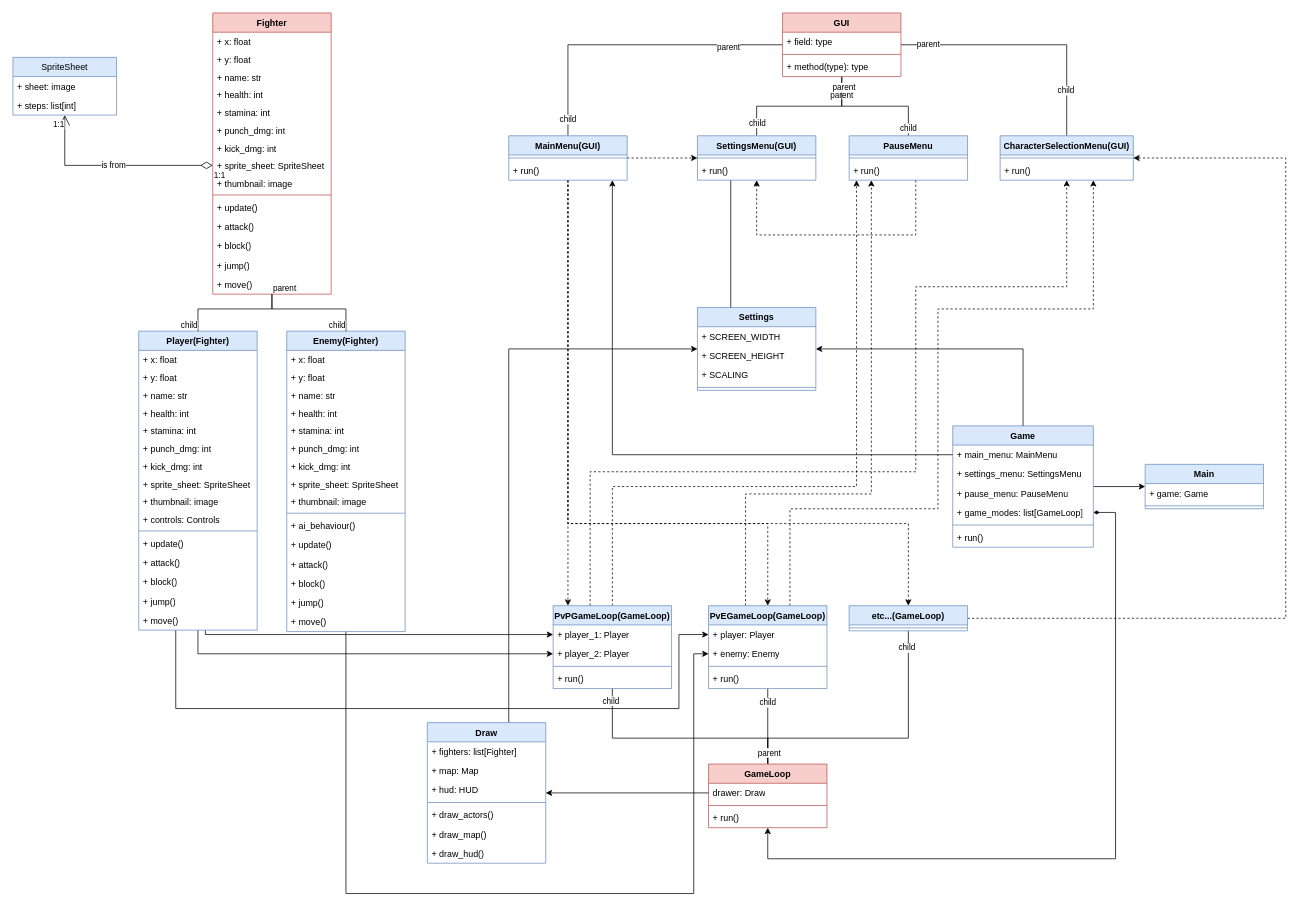
FuvaKumi/ComboCombat-Reworked keeps this draw.io diagram as page "1 oldal" (1 of 2) of UML.drawio. Above is the earlier version. Source tidied: cells renumbered, new cells numbered last; positions are measured from the earlier drawing's top-left corner, leaving out a move shared by most shapes. Both pictures are drawn from the tidied source at 74%, with x=0, y=0 at pixel (13, 13).
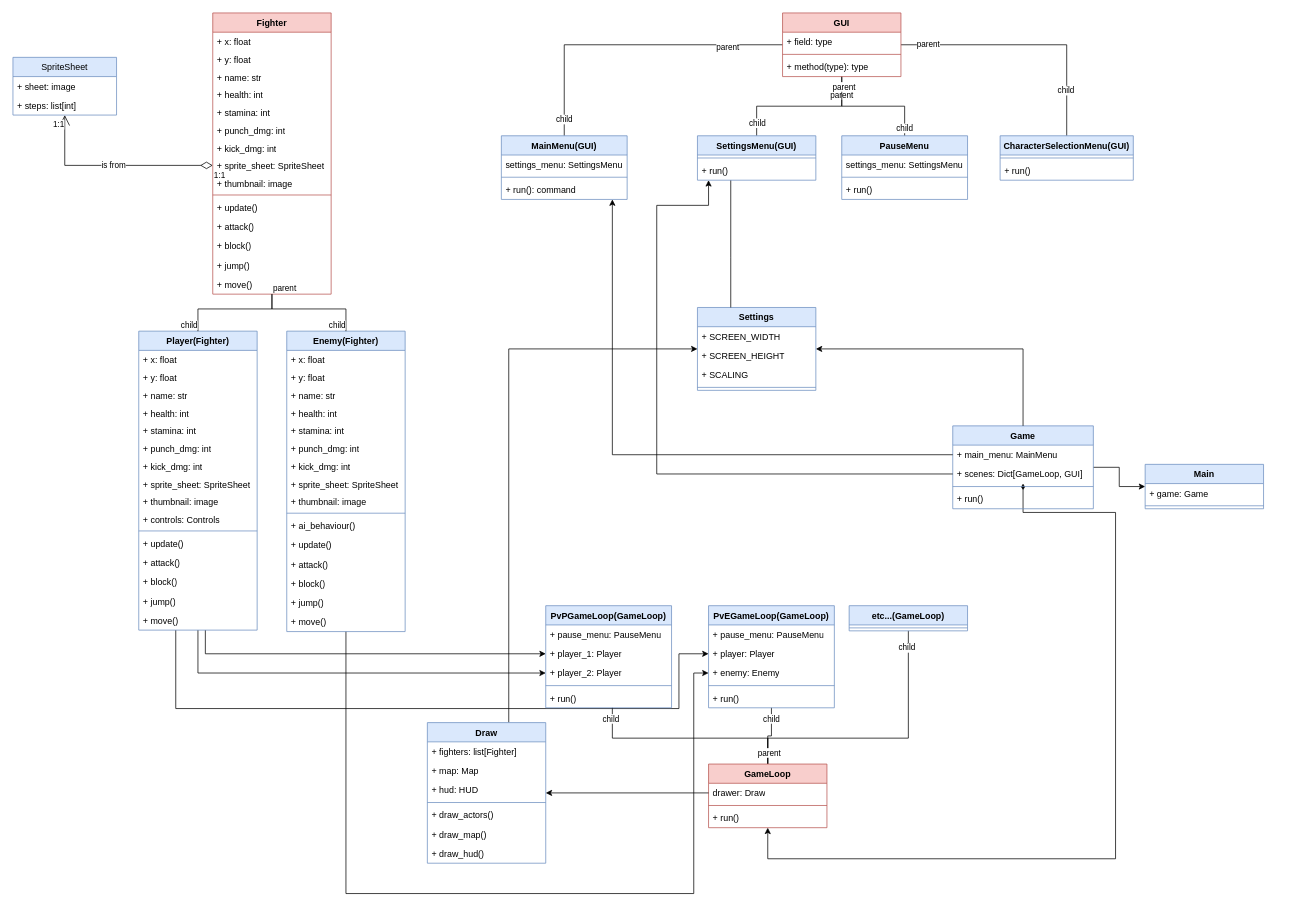
The same diagram, later.

Unchanged cells that the change refers to:
```xml
<mxCell id="27" value="Player(Fighter)" style="swimlane;fontStyle=1;align=center;verticalAlign=top;horizontal=1;startSize=26;whiteSpace=wrap;html=1;fillColor=#dae8fc;strokeColor=#6c8ebf;" parent="1" vertex="1">
  <mxGeometry x="170" y="430" width="160" height="404" as="geometry" />
</mxCell>
<mxCell id="48" value="Enemy(Fighter)" style="swimlane;fontStyle=1;align=center;verticalAlign=top;horizontal=1;startSize=26;whiteSpace=wrap;html=1;fillColor=#dae8fc;strokeColor=#6c8ebf;" parent="1" vertex="1">
  <mxGeometry x="370" y="430" width="160" height="406" as="geometry" />
</mxCell>
<mxCell id="95" value="etc...(GameLoop)" style="swimlane;fontStyle=1;align=center;verticalAlign=top;horizontal=1;startSize=26;whiteSpace=wrap;html=1;fillColor=#dae8fc;strokeColor=#6c8ebf;" parent="1" vertex="1">
  <mxGeometry x="1130" y="801" width="160" height="34" as="geometry" />
</mxCell>
<mxCell id="148" value="SettingsMenu(GUI)" style="swimlane;fontStyle=1;align=center;verticalAlign=top;horizontal=1;startSize=26;whiteSpace=wrap;html=1;fillColor=#dae8fc;strokeColor=#6c8ebf;" parent="1" vertex="1">
  <mxGeometry x="925" y="166" width="160" height="60" as="geometry" />
</mxCell>
<mxCell id="151" value="CharacterSelectionMenu(GUI)" style="swimlane;fontStyle=1;align=center;verticalAlign=top;horizontal=1;startSize=26;whiteSpace=wrap;html=1;fillColor=#dae8fc;strokeColor=#6c8ebf;" parent="1" vertex="1">
  <mxGeometry x="1334" y="166" width="180" height="60" as="geometry" />
</mxCell>
```

Diff of the diagram source:
```diff
@@
     <mxCell id="25" style="edgeStyle=orthogonalEdgeStyle;rounded=0;jettySize=auto;html=1;" parent="1" edge="1" source="27" target="83">
       <mxGeometry relative="1" as="geometry">
         <Array as="points">
-          <mxPoint x="260" y="840" />
+          <mxPoint x="260" y="866" />
         </Array>
       </mxGeometry>
     </mxCell>
     <mxCell id="26" style="edgeStyle=orthogonalEdgeStyle;rounded=0;jettySize=auto;html=1;" parent="1" edge="1" source="27" target="90">
       <mxGeometry relative="1" as="geometry">
         <Array as="points">
           <mxPoint x="220" y="940" />
           <mxPoint x="900" y="940" />
-          <mxPoint x="900" y="840" />
+          <mxPoint x="900" y="866" />
         </Array>
       </mxGeometry>
     </mxCell>
@@
     <mxCell id="47" style="edgeStyle=orthogonalEdgeStyle;rounded=0;jettySize=auto;html=1;" parent="1" edge="1" source="48" target="91">
       <mxGeometry relative="1" as="geometry">
         <Array as="points">
           <mxPoint x="450" y="1190" />
           <mxPoint x="920" y="1190" />
-          <mxPoint x="920" y="866" />
+          <mxPoint x="920" y="892" />
         </Array>
       </mxGeometry>
     </mxCell>
@@
-    <mxCell id="80" style="edgeStyle=orthogonalEdgeStyle;rounded=0;jettySize=auto;html=1;dashed=1;" parent="1" edge="1" source="82" target="155">
-      <mxGeometry relative="1" as="geometry">
-        <Array as="points">
-          <mxPoint x="810" y="640" />
-          <mxPoint x="1140" y="640" />
-        </Array>
-      </mxGeometry>
-    </mxCell>
-    <mxCell id="81" style="edgeStyle=orthogonalEdgeStyle;rounded=0;jettySize=auto;html=1;dashed=1;" parent="1" edge="1" source="82" target="151">
-      <mxGeometry relative="1" as="geometry">
-        <Array as="points">
-          <mxPoint x="780" y="620" />
-          <mxPoint x="1220" y="620" />
-          <mxPoint x="1220" y="370" />
-          <mxPoint x="1424" y="370" />
-        </Array>
-      </mxGeometry>
-    </mxCell>
     <mxCell id="82" value="PvPGameLoop(GameLoop)" style="swimlane;fontStyle=1;align=center;verticalAlign=top;horizontal=1;startSize=26;whiteSpace=wrap;html=1;fillColor=#dae8fc;strokeColor=#6c8ebf;" parent="1" vertex="1">
-      <mxGeometry x="730" y="801" width="160" height="112" as="geometry" />
+      <mxGeometry x="720" y="801" width="170" height="138" as="geometry" />
     </mxCell>
+    <mxCell id="159" value="+ pause_menu: PauseMenu" style="text;strokeColor=none;fillColor=none;align=left;verticalAlign=top;spacingLeft=4;spacingRight=4;overflow=hidden;whiteSpace=wrap;html=1;" parent="82" vertex="1">
+      <mxGeometry y="26" width="170" height="26" as="geometry" />
+    </mxCell>
     <mxCell id="83" value="+ player_1: Player" style="text;strokeColor=none;fillColor=none;align=left;verticalAlign=top;spacingLeft=4;spacingRight=4;overflow=hidden;points=[[0,0.5],[1,0.5]];portConstraint=eastwest;whiteSpace=wrap;html=1;" parent="82" vertex="1">
-      <mxGeometry y="26" width="160" height="26" as="geometry" />
+      <mxGeometry y="52" width="170" height="26" as="geometry" />
     </mxCell>
     <mxCell id="84" value="+ player_2: Player" style="text;strokeColor=none;fillColor=none;align=left;verticalAlign=top;spacingLeft=4;spacingRight=4;overflow=hidden;points=[[0,0.5],[1,0.5]];portConstraint=eastwest;whiteSpace=wrap;html=1;" parent="82" vertex="1">
-      <mxGeometry y="52" width="160" height="26" as="geometry" />
+      <mxGeometry y="78" width="170" height="26" as="geometry" />
     </mxCell>
     <mxCell id="85" style="line;strokeWidth=1;fillColor=none;align=left;verticalAlign=middle;spacingTop=-1;spacingLeft=3;spacingRight=3;labelPosition=right;strokeColor=inherit;" parent="82" vertex="1">
-      <mxGeometry y="78" width="160" height="8" as="geometry" />
+      <mxGeometry y="104" width="170" height="8" as="geometry" />
     </mxCell>
     <mxCell id="86" value="+ run()" style="text;strokeColor=none;fillColor=none;align=left;verticalAlign=top;spacingLeft=4;spacingRight=4;overflow=hidden;whiteSpace=wrap;html=1;" parent="82" vertex="1">
-      <mxGeometry y="86" width="160" height="26" as="geometry" />
+      <mxGeometry y="112" width="170" height="26" as="geometry" />
     </mxCell>
-    <mxCell id="87" style="edgeStyle=orthogonalEdgeStyle;rounded=0;jettySize=auto;html=1;dashed=1;" parent="1" edge="1" source="89" target="155">
-      <mxGeometry relative="1" as="geometry">
-        <Array as="points">
-          <mxPoint x="990" y="650" />
-          <mxPoint x="1160" y="650" />
-        </Array>
-      </mxGeometry>
-    </mxCell>
-    <mxCell id="88" style="edgeStyle=orthogonalEdgeStyle;rounded=0;jettySize=auto;html=1;dashed=1;" parent="1" edge="1" source="89" target="151">
-      <mxGeometry relative="1" as="geometry">
-        <Array as="points">
-          <mxPoint x="1050" y="670" />
-          <mxPoint x="1250" y="670" />
-          <mxPoint x="1250" y="400" />
-          <mxPoint x="1460" y="400" />
-        </Array>
-      </mxGeometry>
-    </mxCell>
     <mxCell id="89" value="PvEGameLoop(GameLoop)" style="swimlane;fontStyle=1;align=center;verticalAlign=top;horizontal=1;startSize=26;whiteSpace=wrap;html=1;fillColor=#dae8fc;strokeColor=#6c8ebf;" parent="1" vertex="1">
-      <mxGeometry x="940" y="801" width="160" height="112" as="geometry" />
+      <mxGeometry x="940" y="801" width="170" height="138" as="geometry" />
     </mxCell>
+    <mxCell id="160" value="+ pause_menu: PauseMenu" style="text;strokeColor=none;fillColor=none;align=left;verticalAlign=top;spacingLeft=4;spacingRight=4;overflow=hidden;whiteSpace=wrap;html=1;" parent="89" vertex="1">
+      <mxGeometry y="26" width="170" height="26" as="geometry" />
+    </mxCell>
     <mxCell id="90" value="+ player: Player" style="text;strokeColor=none;fillColor=none;align=left;verticalAlign=top;spacingLeft=4;spacingRight=4;overflow=hidden;points=[[0,0.5],[1,0.5]];portConstraint=eastwest;whiteSpace=wrap;html=1;" parent="89" vertex="1">
-      <mxGeometry y="26" width="160" height="26" as="geometry" />
+      <mxGeometry y="52" width="170" height="26" as="geometry" />
     </mxCell>
     <mxCell id="91" value="+ enemy: Enemy" style="text;strokeColor=none;fillColor=none;align=left;verticalAlign=top;spacingLeft=4;spacingRight=4;overflow=hidden;points=[[0,0.5],[1,0.5]];portConstraint=eastwest;whiteSpace=wrap;html=1;" parent="89" vertex="1">
-      <mxGeometry y="52" width="160" height="26" as="geometry" />
+      <mxGeometry y="78" width="170" height="26" as="geometry" />
     </mxCell>
     <mxCell id="92" style="line;strokeWidth=1;fillColor=none;align=left;verticalAlign=middle;spacingTop=-1;spacingLeft=3;spacingRight=3;labelPosition=right;strokeColor=inherit;" parent="89" vertex="1">
-      <mxGeometry y="78" width="160" height="8" as="geometry" />
+      <mxGeometry y="104" width="170" height="8" as="geometry" />
     </mxCell>
     <mxCell id="93" value="+ run()" style="text;strokeColor=none;fillColor=none;align=left;verticalAlign=top;spacingLeft=4;spacingRight=4;overflow=hidden;whiteSpace=wrap;html=1;" parent="89" vertex="1">
-      <mxGeometry y="86" width="160" height="26" as="geometry" />
+      <mxGeometry y="112" width="170" height="26" as="geometry" />
     </mxCell>
-    <mxCell id="94" style="edgeStyle=orthogonalEdgeStyle;rounded=0;jettySize=auto;html=1;dashed=1;" parent="1" edge="1" source="95" target="151">
-      <mxGeometry relative="1" as="geometry">
-        <Array as="points">
-          <mxPoint x="1720" y="818" />
-          <mxPoint x="1720" y="196" />
-        </Array>
-      </mxGeometry>
-    </mxCell>
@@
     <mxCell id="101" value="Game" style="swimlane;fontStyle=1;align=center;verticalAlign=top;horizontal=1;startSize=26;whiteSpace=wrap;html=1;fillColor=#dae8fc;strokeColor=#6c8ebf;" parent="1" vertex="1">
-      <mxGeometry x="1270" y="558" width="190" height="164" as="geometry" />
+      <mxGeometry x="1270" y="558" width="190" height="112" as="geometry" />
     </mxCell>
@@
-    <mxCell id="103" value="+ settings_menu: SettingsMenu" style="text;strokeColor=none;fillColor=none;align=left;verticalAlign=top;spacingLeft=4;spacingRight=4;overflow=hidden;whiteSpace=wrap;html=1;" parent="101" vertex="1">
-      <mxGeometry y="52" width="190" height="26" as="geometry" />
-    </mxCell>
-    <mxCell id="104" value="+ pause_menu: PauseMenu" style="text;strokeColor=none;fillColor=none;align=left;verticalAlign=top;spacingLeft=4;spacingRight=4;overflow=hidden;whiteSpace=wrap;html=1;" parent="101" vertex="1">
-      <mxGeometry y="78" width="190" height="26" as="geometry" />
-    </mxCell>
-    <mxCell id="105" value="+ game_modes: list[GameLoop]" style="text;strokeColor=none;fillColor=none;align=left;verticalAlign=top;spacingLeft=4;spacingRight=4;overflow=hidden;points=[[0,0.5],[1,0.5]];portConstraint=eastwest;whiteSpace=wrap;html=1;" parent="101" vertex="1">
-      <mxGeometry y="104" width="190" height="26" as="geometry" />
+    <mxCell id="105" value="+ scenes: Dict[GameLoop, GUI]" style="text;strokeColor=none;fillColor=none;align=left;verticalAlign=top;spacingLeft=4;spacingRight=4;overflow=hidden;points=[[0,0.5],[1,0.5]];portConstraint=eastwest;whiteSpace=wrap;html=1;" parent="101" vertex="1">
+      <mxGeometry y="52" width="190" height="26" as="geometry" />
     </mxCell>
     <mxCell id="106" style="line;strokeWidth=1;fillColor=none;align=left;verticalAlign=middle;spacingTop=-1;spacingLeft=3;spacingRight=3;labelPosition=right;strokeColor=inherit;" parent="101" vertex="1">
-      <mxGeometry y="130" width="190" height="8" as="geometry" />
+      <mxGeometry y="78" width="190" height="8" as="geometry" />
     </mxCell>
     <mxCell id="107" value="+ run()" style="text;strokeColor=none;fillColor=none;align=left;verticalAlign=top;spacingLeft=4;spacingRight=4;overflow=hidden;whiteSpace=wrap;html=1;" parent="101" vertex="1">
-      <mxGeometry y="138" width="190" height="26" as="geometry" />
+      <mxGeometry y="86" width="190" height="26" as="geometry" />
     </mxCell>
@@
-    <mxCell id="140" style="edgeStyle=orthogonalEdgeStyle;rounded=0;jettySize=auto;html=1;dashed=1;" parent="1" edge="1" source="144" target="148">
-      <mxGeometry relative="1" as="geometry" />
-    </mxCell>
-    <mxCell id="141" style="edgeStyle=orthogonalEdgeStyle;rounded=0;jettySize=auto;html=1;dashed=1;" parent="1" edge="1" source="144" target="82">
-      <mxGeometry relative="1" as="geometry">
-        <Array as="points">
-          <mxPoint x="750" y="730" />
-          <mxPoint x="750" y="730" />
-        </Array>
-      </mxGeometry>
-    </mxCell>
-    <mxCell id="142" style="edgeStyle=orthogonalEdgeStyle;rounded=0;jettySize=auto;html=1;entryX=0.5;entryY=0;entryDx=0;entryDy=0;dashed=1;" parent="1" edge="1" source="144" target="89">
-      <mxGeometry relative="1" as="geometry">
-        <Array as="points">
-          <mxPoint x="750" y="690" />
-          <mxPoint x="1020" y="690" />
-        </Array>
-      </mxGeometry>
-    </mxCell>
-    <mxCell id="143" style="edgeStyle=orthogonalEdgeStyle;rounded=0;jettySize=auto;html=1;dashed=1;" parent="1" edge="1" source="144" target="95">
-      <mxGeometry relative="1" as="geometry">
-        <Array as="points">
-          <mxPoint x="750" y="690" />
-          <mxPoint x="1210" y="690" />
-        </Array>
-      </mxGeometry>
-    </mxCell>
     <mxCell id="144" value="MainMenu(GUI)" style="swimlane;fontStyle=1;align=center;verticalAlign=top;horizontal=1;startSize=26;whiteSpace=wrap;html=1;fillColor=#dae8fc;strokeColor=#6c8ebf;" parent="1" vertex="1">
-      <mxGeometry x="670" y="166" width="160" height="60" as="geometry" />
+      <mxGeometry x="660" y="166" width="170" height="86" as="geometry" />
     </mxCell>
+    <mxCell id="161" value="settings_menu: SettingsMenu" style="text;strokeColor=none;fillColor=none;align=left;verticalAlign=top;spacingLeft=4;spacingRight=4;overflow=hidden;whiteSpace=wrap;html=1;" parent="144" vertex="1">
+      <mxGeometry y="26" width="170" height="26" as="geometry" />
+    </mxCell>
     <mxCell id="145" style="line;strokeWidth=1;fillColor=none;align=left;verticalAlign=middle;spacingTop=-1;spacingLeft=3;spacingRight=3;labelPosition=right;strokeColor=inherit;" parent="144" vertex="1">
-      <mxGeometry y="26" width="160" height="8" as="geometry" />
+      <mxGeometry y="52" width="170" height="8" as="geometry" />
     </mxCell>
-    <mxCell id="146" value="+ run()" style="text;strokeColor=none;fillColor=none;align=left;verticalAlign=top;spacingLeft=4;spacingRight=4;overflow=hidden;whiteSpace=wrap;html=1;" parent="144" vertex="1">
-      <mxGeometry y="34" width="160" height="26" as="geometry" />
+    <mxCell id="146" value="+ run(): command" style="text;strokeColor=none;fillColor=none;align=left;verticalAlign=top;spacingLeft=4;spacingRight=4;overflow=hidden;whiteSpace=wrap;html=1;" parent="144" vertex="1">
+      <mxGeometry y="60" width="170" height="26" as="geometry" />
     </mxCell>
@@
-    <mxCell id="154" style="edgeStyle=orthogonalEdgeStyle;rounded=0;jettySize=auto;html=1;dashed=1;" parent="1" edge="1" source="155" target="148">
-      <mxGeometry relative="1" as="geometry">
-        <Array as="points">
-          <mxPoint x="1220" y="300" />
-          <mxPoint x="1005" y="300" />
-        </Array>
-      </mxGeometry>
-    </mxCell>
     <mxCell id="155" value="PauseMenu" style="swimlane;fontStyle=1;align=center;verticalAlign=top;horizontal=1;startSize=26;whiteSpace=wrap;html=1;fillColor=#dae8fc;strokeColor=#6c8ebf;" parent="1" vertex="1">
-      <mxGeometry x="1130" y="166" width="160" height="60" as="geometry" />
+      <mxGeometry x="1120" y="166" width="170" height="86" as="geometry" />
     </mxCell>
+    <mxCell id="162" value="settings_menu: SettingsMenu" style="text;strokeColor=none;fillColor=none;align=left;verticalAlign=top;spacingLeft=4;spacingRight=4;overflow=hidden;whiteSpace=wrap;html=1;" parent="155" vertex="1">
+      <mxGeometry y="26" width="170" height="26" as="geometry" />
+    </mxCell>
     <mxCell id="156" style="line;strokeWidth=1;fillColor=none;align=left;verticalAlign=middle;spacingTop=-1;spacingLeft=3;spacingRight=3;labelPosition=right;strokeColor=inherit;" parent="155" vertex="1">
-      <mxGeometry y="26" width="160" height="8" as="geometry" />
+      <mxGeometry y="52" width="170" height="8" as="geometry" />
     </mxCell>
     <mxCell id="157" value="+ run()" style="text;strokeColor=none;fillColor=none;align=left;verticalAlign=top;spacingLeft=4;spacingRight=4;overflow=hidden;whiteSpace=wrap;html=1;" parent="155" vertex="1">
-      <mxGeometry y="34" width="160" height="26" as="geometry" />
+      <mxGeometry y="60" width="170" height="26" as="geometry" />
     </mxCell>
@@
+    <mxCell id="163" style="edgeStyle=orthogonalEdgeStyle;rounded=0;jettySize=auto;html=1;" parent="1" edge="1" target="148">
+      <mxGeometry relative="1" as="geometry">
+        <mxPoint x="1270" y="623" as="sourcePoint" />
+        <Array as="points">
+          <mxPoint x="870" y="623" />
+          <mxPoint x="870" y="260" />
+          <mxPoint x="940" y="260" />
+        </Array>
+      </mxGeometry>
+    </mxCell>
```
